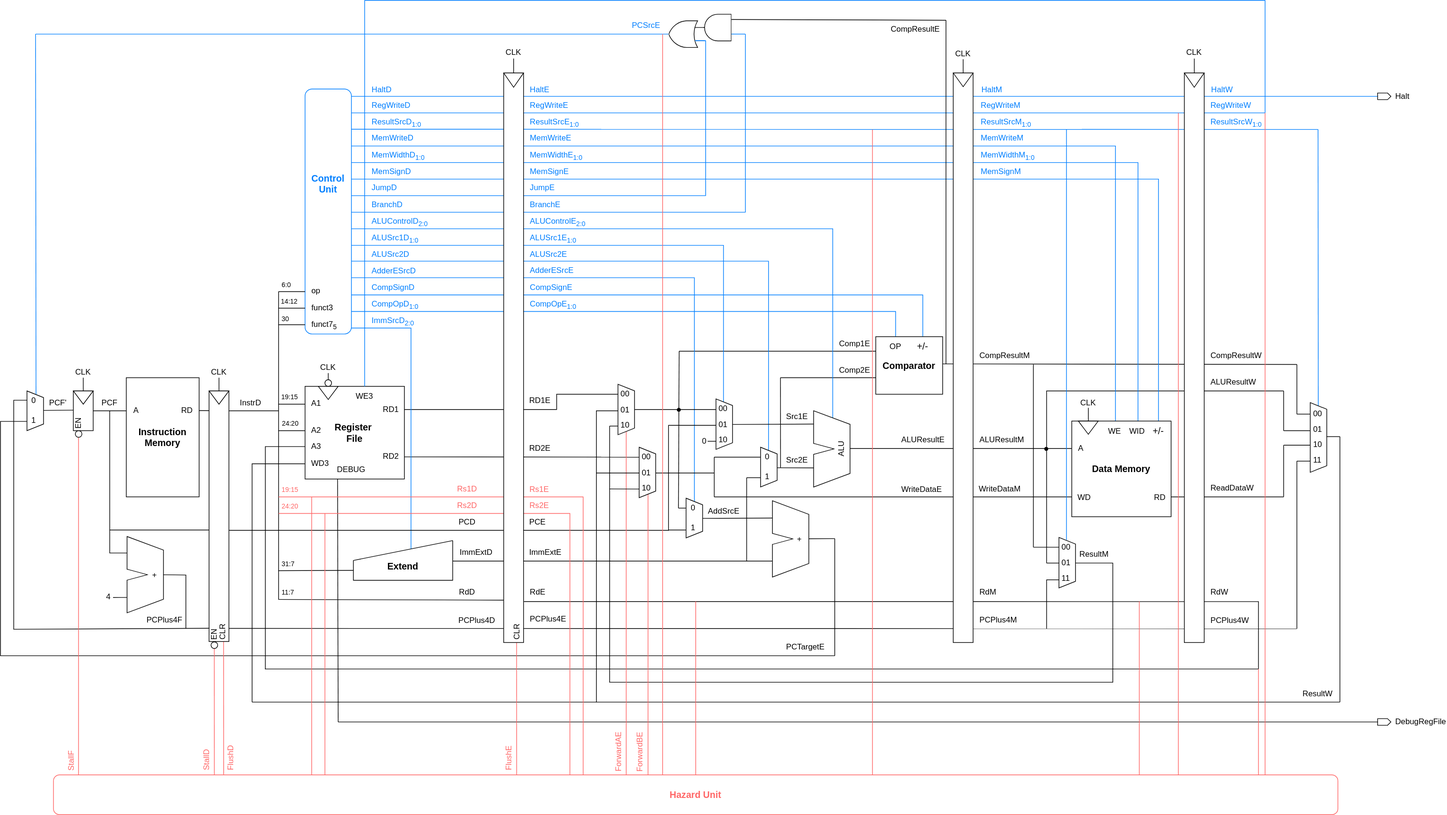
Before: .github/pipelined_cpu.svg, a diagram exported from draw.io (niumuzhi2004/risc-v-uvc). Source tidied: cells renumbered, new cells last; positions are measured from the earlier drawing's top-left corner, leaving out a move shared by most shapes.
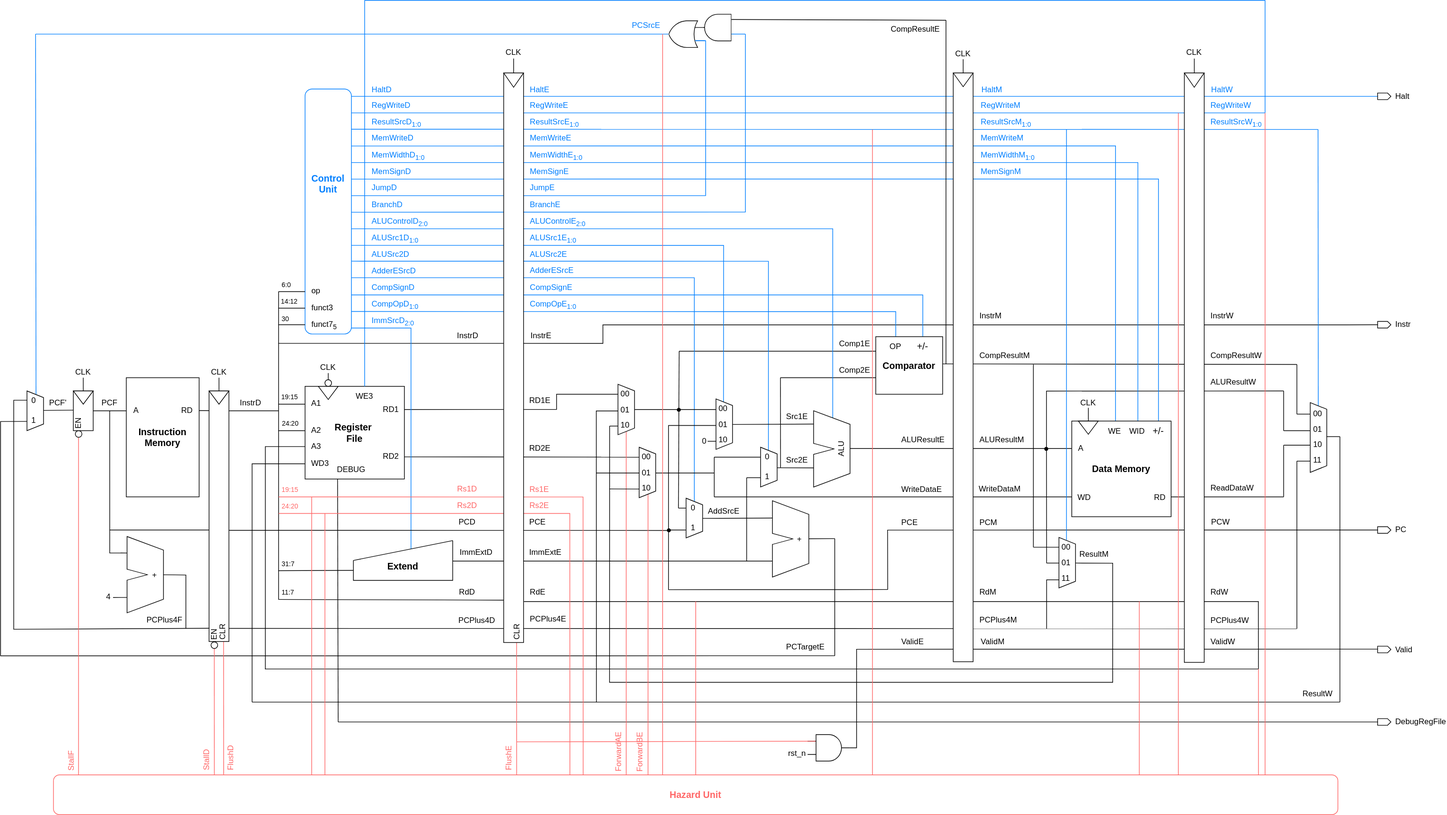
Later version of the same file.

What changed in the source:
```diff
@@ -2,6 +2,45 @@
   <root>
     <mxCell id="0" />
     <mxCell id="1" parent="0" />
+    <mxCell id="344" style="endArrow=none;html=1;rounded=0;exitX=1;exitY=0.5;exitDx=0;exitDy=0;exitPerimeter=0;edgeStyle=orthogonalEdgeStyle;" parent="1" edge="1" source="345">
+      <mxGeometry relative="1" as="geometry">
+        <mxPoint x="2082" y="980" as="targetPoint" />
+        <Array as="points">
+          <mxPoint x="1293" y="1129" />
+          <mxPoint x="1293" y="980" />
+        </Array>
+      </mxGeometry>
+    </mxCell>
+    <mxCell id="345" style="verticalLabelPosition=bottom;shadow=0;dashed=0;align=center;html=1;verticalAlign=top;shape=mxgraph.electrical.logic_gates.logic_gate;operation=and;" parent="1" vertex="1">
+      <mxGeometry x="1219" y="1109" width="64" height="40" as="geometry" />
+    </mxCell>
+    <mxCell id="346" style="endArrow=none;html=1;rounded=0;strokeColor=light-dark(#FF6666,#FF6666);" parent="1" edge="1">
+      <mxGeometry relative="1" as="geometry">
+        <mxPoint x="780" y="1120" as="sourcePoint" />
+        <mxPoint x="1231" y="1119" as="targetPoint" />
+      </mxGeometry>
+    </mxCell>
+    <mxCell id="347" style="endArrow=none;html=1;rounded=0;edgeStyle=orthogonalEdgeStyle;" parent="1" edge="1">
+      <mxGeometry relative="1" as="geometry">
+        <mxPoint x="1340" y="890" as="sourcePoint" />
+        <mxPoint x="2080" y="800" as="targetPoint" />
+        <Array as="points">
+          <mxPoint x="1340" y="890" />
+          <mxPoint x="1340" y="800" />
+        </Array>
+      </mxGeometry>
+    </mxCell>
+    <mxCell id="348" style="endArrow=none;html=1;rounded=0;edgeStyle=orthogonalEdgeStyle;" parent="1" edge="1">
+      <mxGeometry relative="1" as="geometry">
+        <mxPoint x="420" y="518.1" as="sourcePoint" />
+        <mxPoint x="2080" y="490" as="targetPoint" />
+        <Array as="points">
+          <mxPoint x="910" y="518" />
+          <mxPoint x="910" y="490" />
+          <mxPoint x="2033" y="490" />
+        </Array>
+      </mxGeometry>
+    </mxCell>
     <mxCell id="2" style="endArrow=none;html=1;rounded=0;edgeStyle=orthogonalEdgeStyle;" parent="1" edge="1">
       <mxGeometry relative="1" as="geometry">
         <mxPoint x="40" y="636" as="sourcePoint" />
@@ -772,10 +811,10 @@
       <mxGeometry x="1479" y="144" width="80" height="30" as="geometry" />
     </mxCell>
     <mxCell id="178" style="group;" parent="1" vertex="1">
-      <mxGeometry x="1439" y="157" width="30" height="813" as="geometry" />
+      <mxGeometry x="1439" y="157" width="30" height="842" as="geometry" />
     </mxCell>
     <mxCell id="179" style="rounded=0;whiteSpace=wrap;html=1;" parent="178" vertex="1">
-      <mxGeometry y="-47" width="30" height="860" as="geometry" />
+      <mxGeometry y="-47" width="30" height="889" as="geometry" />
     </mxCell>
     <mxCell id="180" value="HaltM" style="text;html=1;whiteSpace=wrap;strokeColor=none;fillColor=none;align=left;verticalAlign=middle;rounded=0;fontColor=light-dark(#007FFF,#007FFF);" parent="1" vertex="1">
       <mxGeometry x="1480" y="120" width="80" height="30" as="geometry" />
@@ -924,10 +963,10 @@
       <mxGeometry x="1722" y="736" width="40" height="30" as="geometry" />
     </mxCell>
     <mxCell id="217" style="group;" parent="1" vertex="1">
-      <mxGeometry x="1788" y="120" width="30" height="850" as="geometry" />
+      <mxGeometry x="1788" y="120" width="30" height="880" as="geometry" />
     </mxCell>
     <mxCell id="218" style="rounded=0;whiteSpace=wrap;html=1;" parent="217" vertex="1">
-      <mxGeometry y="-10" width="30" height="860" as="geometry" />
+      <mxGeometry y="-10" width="30" height="890" as="geometry" />
     </mxCell>
     <mxCell id="219" style="triangle;whiteSpace=wrap;html=1;direction=south;" parent="217" vertex="1">
       <mxGeometry y="-10.3" width="30" height="21.7" as="geometry" />
@@ -1471,5 +1510,68 @@
         <mxPoint x="1078" y="690" as="targetPoint" />
       </mxGeometry>
     </mxCell>
+    <mxCell id="349" value="InstrD" style="text;html=1;whiteSpace=wrap;strokeColor=none;fillColor=none;align=center;verticalAlign=middle;rounded=0;" parent="1" vertex="1">
+      <mxGeometry x="686" y="492" width="40" height="30" as="geometry" />
+    </mxCell>
+    <mxCell id="350" value="InstrE" style="text;html=1;whiteSpace=wrap;strokeColor=none;fillColor=none;align=left;verticalAlign=middle;rounded=0;" parent="1" vertex="1">
+      <mxGeometry x="799" y="492" width="40" height="30" as="geometry" />
+    </mxCell>
+    <mxCell id="351" value="InstrM" style="text;html=1;whiteSpace=wrap;strokeColor=none;fillColor=none;align=left;verticalAlign=middle;rounded=0;" parent="1" vertex="1">
+      <mxGeometry x="1477" y="462" width="40" height="30" as="geometry" />
+    </mxCell>
+    <mxCell id="352" value="InstrW" style="text;html=1;whiteSpace=wrap;strokeColor=none;fillColor=none;align=left;verticalAlign=middle;rounded=0;" parent="1" vertex="1">
+      <mxGeometry x="1826" y="462" width="40" height="30" as="geometry" />
+    </mxCell>
+    <mxCell id="353" style="shape=offPageConnector;whiteSpace=wrap;html=1;size=0.25;rotation=-90;" parent="1" vertex="1">
+      <mxGeometry x="2085" y="480" width="10" height="20" as="geometry" />
+    </mxCell>
+    <mxCell id="354" value="Instr" style="text;html=1;whiteSpace=wrap;strokeColor=none;fillColor=none;align=left;verticalAlign=middle;rounded=0;" parent="1" vertex="1">
+      <mxGeometry x="2105" y="475" width="60" height="30" as="geometry" />
+    </mxCell>
+    <mxCell id="355" style="ellipse;whiteSpace=wrap;html=1;gradientColor=none;fillColor=#000000;fillStyle=solid;" parent="1" vertex="1">
+      <mxGeometry x="1007" y="798" width="5" height="5" as="geometry" />
+    </mxCell>
+    <mxCell id="356" style="endArrow=none;html=1;rounded=0;edgeStyle=orthogonalEdgeStyle;" parent="1" edge="1">
+      <mxGeometry relative="1" as="geometry">
+        <mxPoint x="1009" y="800" as="sourcePoint" />
+        <mxPoint x="1340" y="890" as="targetPoint" />
+        <Array as="points">
+          <mxPoint x="1009" y="890" />
+        </Array>
+      </mxGeometry>
+    </mxCell>
+    <mxCell id="357" value="PCE" style="text;html=1;whiteSpace=wrap;strokeColor=none;fillColor=none;align=left;verticalAlign=middle;rounded=0;" parent="1" vertex="1">
+      <mxGeometry x="1359" y="774" width="30" height="30" as="geometry" />
+    </mxCell>
+    <mxCell id="358" value="PCM" style="text;html=1;whiteSpace=wrap;strokeColor=none;fillColor=none;align=left;verticalAlign=middle;rounded=0;" parent="1" vertex="1">
+      <mxGeometry x="1477" y="774" width="30" height="30" as="geometry" />
+    </mxCell>
+    <mxCell id="359" value="PCW" style="text;html=1;whiteSpace=wrap;strokeColor=none;fillColor=none;align=left;verticalAlign=middle;rounded=0;" parent="1" vertex="1">
+      <mxGeometry x="1827" y="773" width="30" height="30" as="geometry" />
+    </mxCell>
+    <mxCell id="360" style="shape=offPageConnector;whiteSpace=wrap;html=1;size=0.25;rotation=-90;" parent="1" vertex="1">
+      <mxGeometry x="2085" y="790" width="10" height="20" as="geometry" />
+    </mxCell>
+    <mxCell id="361" value="PC" style="text;html=1;whiteSpace=wrap;strokeColor=none;fillColor=none;align=left;verticalAlign=middle;rounded=0;" parent="1" vertex="1">
+      <mxGeometry x="2105" y="785" width="60" height="30" as="geometry" />
+    </mxCell>
+    <mxCell id="362" value="ValidE" style="text;html=1;whiteSpace=wrap;strokeColor=none;fillColor=none;align=left;verticalAlign=middle;rounded=0;" parent="1" vertex="1">
+      <mxGeometry x="1359" y="954" width="60" height="30" as="geometry" />
+    </mxCell>
+    <mxCell id="363" value="rst_n" style="text;html=1;whiteSpace=wrap;strokeColor=none;fillColor=none;align=left;verticalAlign=middle;rounded=0;" parent="1" vertex="1">
+      <mxGeometry x="1188" y="1123" width="60" height="30" as="geometry" />
+    </mxCell>
+    <mxCell id="364" value="ValidM" style="text;html=1;whiteSpace=wrap;strokeColor=none;fillColor=none;align=left;verticalAlign=middle;rounded=0;" parent="1" vertex="1">
+      <mxGeometry x="1479" y="954" width="60" height="30" as="geometry" />
+    </mxCell>
+    <mxCell id="365" value="ValidW" style="text;html=1;whiteSpace=wrap;strokeColor=none;fillColor=none;align=left;verticalAlign=middle;rounded=0;" parent="1" vertex="1">
+      <mxGeometry x="1826" y="954" width="60" height="30" as="geometry" />
+    </mxCell>
+    <mxCell id="366" style="shape=offPageConnector;whiteSpace=wrap;html=1;size=0.25;rotation=-90;" parent="1" vertex="1">
+      <mxGeometry x="2085" y="970.5" width="10" height="20" as="geometry" />
+    </mxCell>
+    <mxCell id="367" value="Valid" style="text;html=1;whiteSpace=wrap;strokeColor=none;fillColor=none;align=left;verticalAlign=middle;rounded=0;" parent="1" vertex="1">
+      <mxGeometry x="2105" y="965.5" width="60" height="30" as="geometry" />
+    </mxCell>
   </root>
 </mxGraphModel>
```
